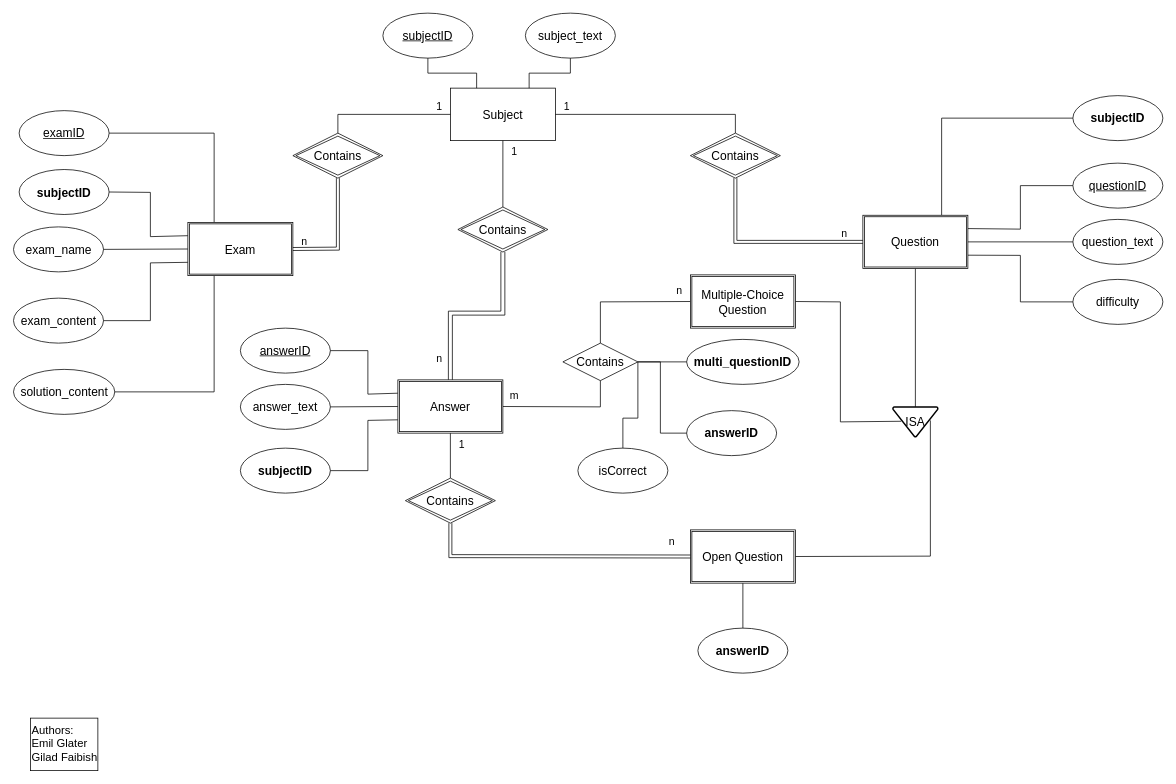
Before: ERD.drawio in Gofnax/DatabasesProjectJava, a draw.io diagram. Source tidied: cells renumbered, new cells numbered last; positions are measured from the earlier drawing's top-left corner, leaving out a move shared by most shapes. Both pictures are drawn from the tidied source at 75%, with x=0, y=0 at pixel (14, 13).
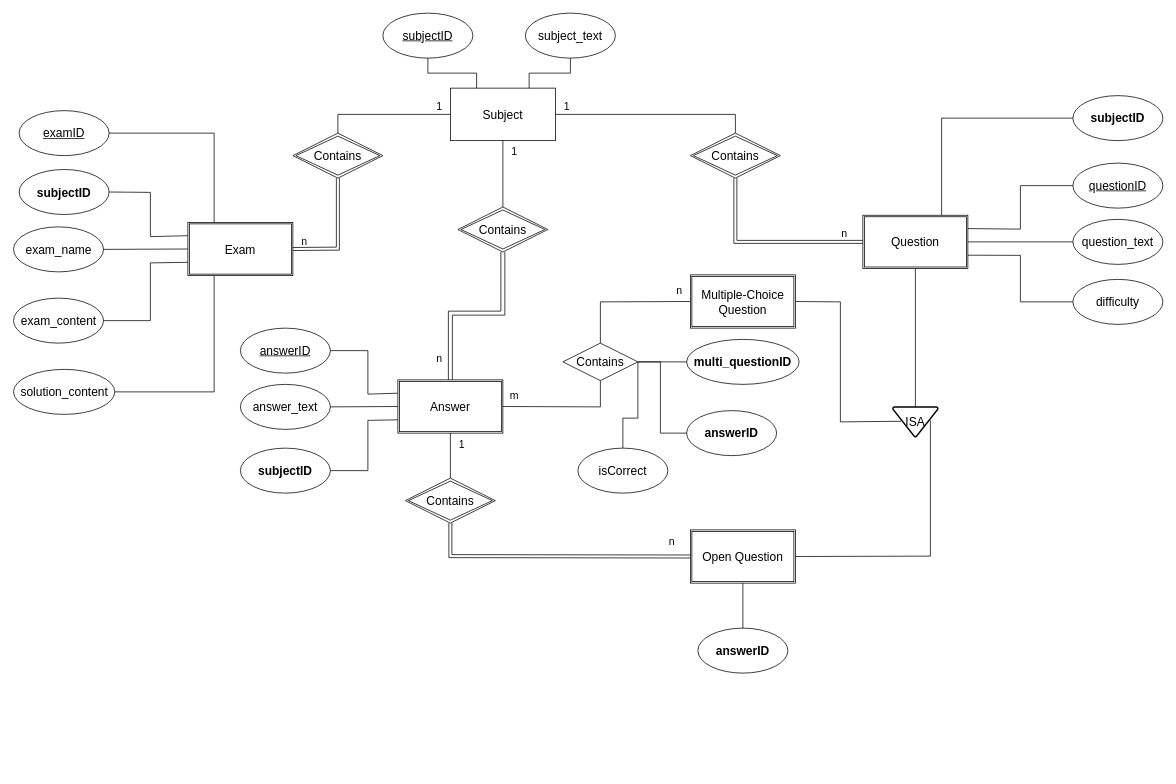
The same diagram, later.

The edit, as a diff of the source:
```diff
@@
-    <mxCell id="2" value="&lt;div style=&quot;font-size: 15px;&quot;&gt;&lt;font style=&quot;font-size: 15px;&quot;&gt;Authors:&lt;/font&gt;&lt;/div&gt;&lt;div style=&quot;font-size: 15px;&quot;&gt;&lt;font style=&quot;font-size: 15px;&quot;&gt;Emil Glater&lt;/font&gt;&lt;/div&gt;&lt;div style=&quot;font-size: 15px;&quot;&gt;&lt;font style=&quot;font-size: 15px;&quot;&gt;&lt;font style=&quot;font-size: 15px;&quot;&gt;Gilad Faibish&lt;/font&gt;&lt;font style=&quot;font-size: 15px;&quot;&gt;&lt;br&gt;&lt;/font&gt;&lt;/font&gt;&lt;/div&gt;" style="rounded=0;whiteSpace=wrap;html=1;align=left;horizontal=1;verticalAlign=top;" parent="1" vertex="1">
-      <mxGeometry x="22" y="940" width="90" height="70" as="geometry" />
-    </mxCell>
```
